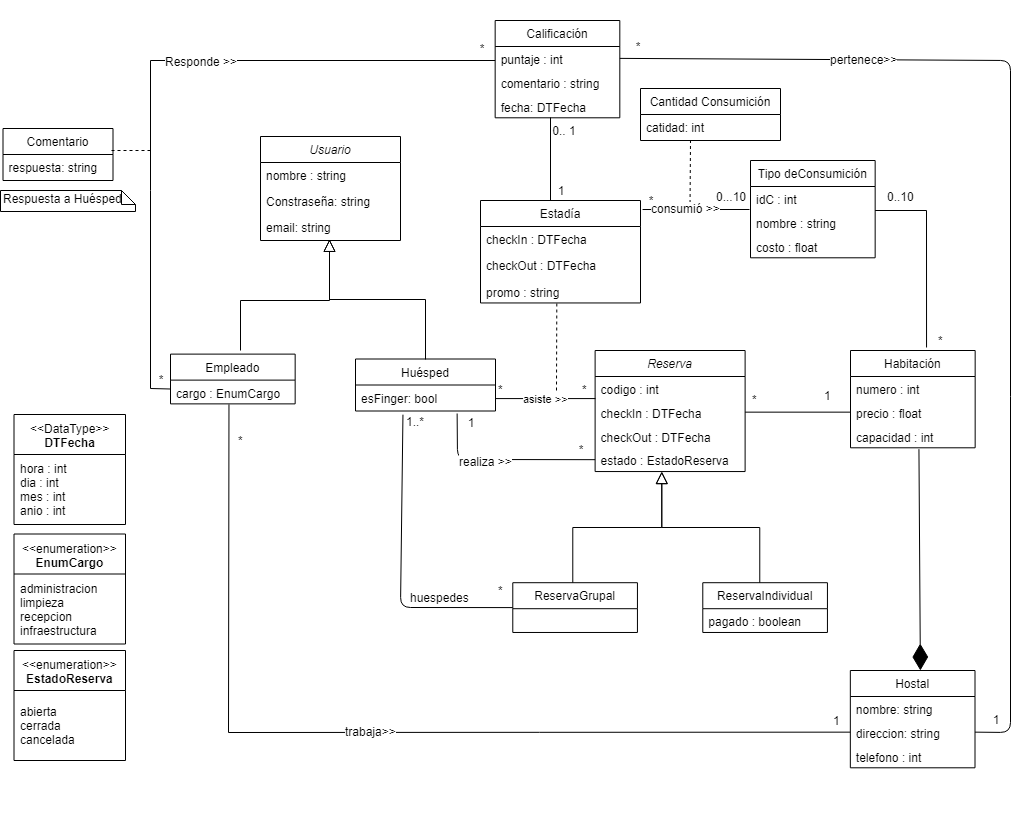
The draw.io diagram Laboratorio 1/22_Modelo de Dominio.png in JAppoloni/Laboratorio-P4, before a commit. Source tidied: cells renumbered, new cells last; positions are measured from the earlier drawing's top-left corner, leaving out a move shared by most shapes.
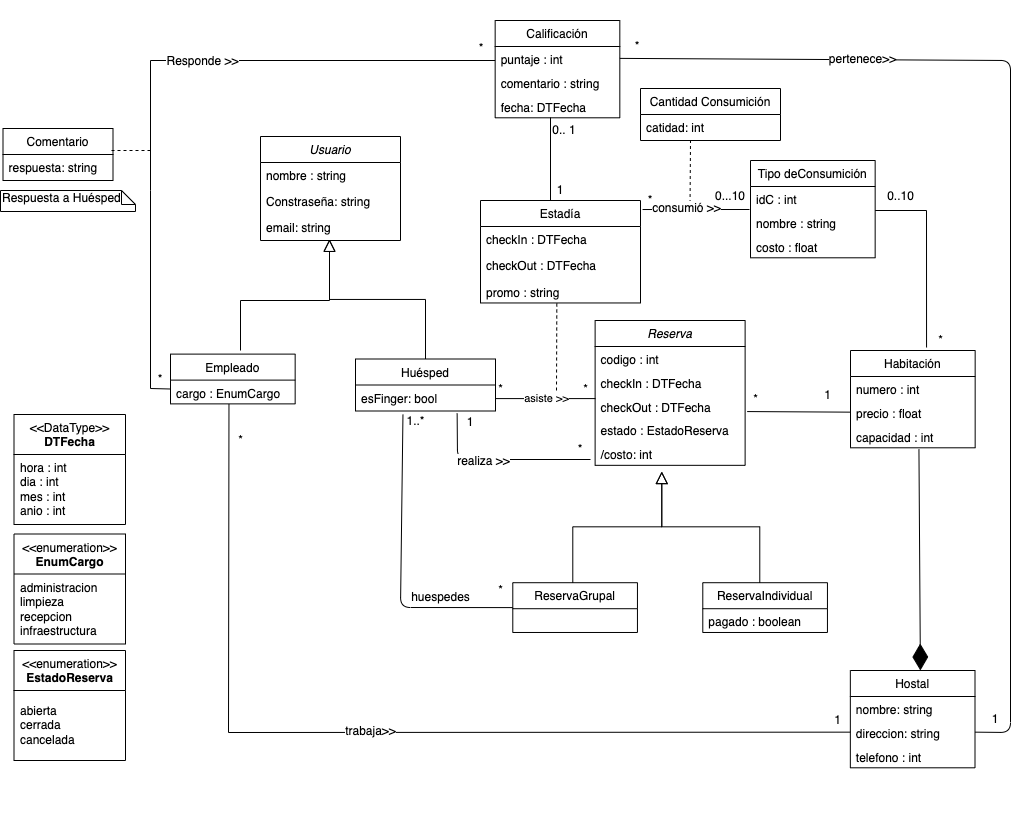
After the change.

Commit message:
Agregar costo

What changed in the source:
```diff
@@ -39,7 +39,7 @@
       <mxGeometry x="463.3" y="582.2" width="124.7" height="49.8" as="geometry" />
     </mxCell>
     <mxCell id="12" value="Reserva" style="swimlane;fontStyle=2;horizontal=1;startSize=26;fillColor=none;" parent="2" vertex="1">
-      <mxGeometry x="545.6" y="350" width="150" height="121.1" as="geometry" />
+      <mxGeometry x="545.6" y="320" width="150" height="144.8" as="geometry" />
     </mxCell>
     <mxCell id="13" value="codigo : int" style="text;strokeColor=none;fillColor=none;align=left;verticalAlign=top;spacingLeft=4;spacingRight=4;overflow=hidden;" parent="12" vertex="1">
       <mxGeometry y="26" width="150" height="23.8" as="geometry" />
@@ -53,6 +53,9 @@
     <mxCell id="16" value="estado : EstadoReserva" style="text;strokeColor=none;fillColor=none;align=left;verticalAlign=top;spacingLeft=4;spacingRight=4;overflow=hidden;points=[[0,0.5],[1,0.5]];portConstraint=eastwest;" parent="12" vertex="1">
       <mxGeometry y="97.3" width="150" height="23.8" as="geometry" />
     </mxCell>
+    <mxCell id="94" value="/costo: int" style="text;strokeColor=none;fillColor=none;align=left;verticalAlign=top;spacingLeft=4;spacingRight=4;overflow=hidden;" parent="12" vertex="1">
+      <mxGeometry y="121.1" width="150" height="23.8" as="geometry" />
+    </mxCell>
     <mxCell id="17" value="asiste &amp;gt;&amp;gt;" style="endArrow=none;endFill=0;endSize=12;html=1;rounded=0;" parent="2" edge="1">
       <mxGeometry relative="1" as="geometry">
         <mxPoint x="546" y="398.1" as="sourcePoint" />
@@ -192,7 +195,7 @@
     <mxCell id="51" value="*" style="text;html=1;strokeColor=none;fillColor=none;align=center;verticalAlign=middle;whiteSpace=wrap;rounded=0;" parent="2" vertex="1">
       <mxGeometry x="91" y="368.5" width="40" height="20" as="geometry" />
     </mxCell>
-    <mxCell id="52" style="endArrow=none;html=1;strokeColor=#000000;entryX=0.726;entryY=1.096;entryDx=0;entryDy=0;entryPerimeter=0;exitX=0;exitY=0.5;exitDx=0;exitDy=0;" parent="2" edge="1" source="16" target="43">
+    <mxCell id="52" style="endArrow=none;html=1;strokeColor=#000000;entryX=0.726;entryY=1.096;entryDx=0;entryDy=0;entryPerimeter=0;exitX=0.75;exitY=1;exitDx=0;exitDy=0;" parent="2" edge="1" source="54" target="43">
       <mxGeometry relative="1" as="geometry">
         <Array as="points">
           <mxPoint x="408" y="459" />
@@ -321,7 +324,7 @@
     <mxCell id="89" value="0..10" style="text;html=1;align=center;verticalAlign=middle;strokeColor=none;fillColor=none;" parent="1" vertex="1">
       <mxGeometry x="880" y="186" width="40" height="20" as="geometry" />
     </mxCell>
-    <mxCell id="90" style="endArrow=none;endFill=0;endSize=12;html=1;exitX=1;exitY=0.5;exitDx=0;exitDy=0;entryX=0;entryY=0.5;entryDx=0;entryDy=0;" parent="1" edge="1" source="14" target="67">
+    <mxCell id="90" style="endArrow=none;endFill=0;endSize=12;html=1;exitX=0.107;exitY=1.128;exitDx=0;exitDy=0;entryX=0;entryY=0.5;entryDx=0;entryDy=0;exitPerimeter=0;" parent="1" edge="1" source="85" target="67">
       <mxGeometry relative="1" as="geometry" />
     </mxCell>
     <mxCell id="91" style="endArrow=none;html=1;entryX=1;entryY=0.5;entryDx=0;entryDy=0;exitX=1;exitY=0.5;exitDx=0;exitDy=0;fillColor=#f8cecc;strokeColor=#000000;" parent="1" edge="1" source="71" target="8">
```
